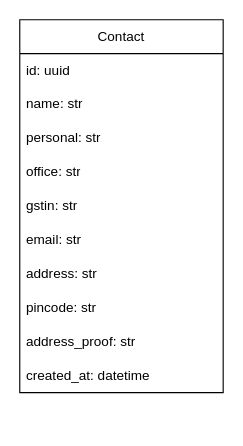
This is page "Contact" (3 of 4) of docs/IMS_MPT.drawio from Cherisher08/IMS_mpt_backend, a draw.io file, before an edit. Source tidied: cells renumbered, new cells numbered last; positions are measured from the earlier drawing's top-left corner, leaving out a move shared by most shapes. Both pictures are drawn from the tidied source at 113%, with x=0, y=0 at pixel (19, 19).
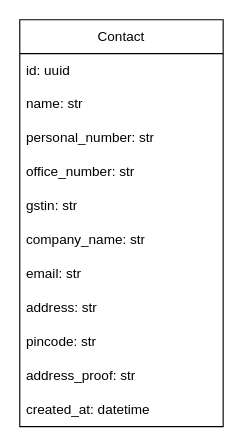
The same diagram, later.

What changed in the source:
```diff
@@
 <mxGraphModel>
   <root>
     <mxCell id="0" />
     <mxCell id="1" parent="0" />
     <mxCell id="2" value="Contact" style="swimlane;fontStyle=0;horizontal=1;startSize=30;whiteSpace=wrap;html=1;" parent="1" vertex="1">
-      <mxGeometry width="180" height="330" as="geometry" />
+      <mxGeometry width="180" height="360" as="geometry" />
     </mxCell>
     <mxCell id="3" value="id: uuid" style="text;strokeColor=none;fillColor=none;align=left;verticalAlign=middle;spacingLeft=4;spacingRight=4;overflow=hidden;whiteSpace=wrap;html=1;" parent="2" vertex="1">
       <mxGeometry y="30" width="180" height="30" as="geometry" />
     </mxCell>
     <mxCell id="4" value="name: str" style="text;strokeColor=none;fillColor=none;align=left;verticalAlign=middle;spacingLeft=4;spacingRight=4;overflow=hidden;whiteSpace=wrap;html=1;" parent="2" vertex="1">
       <mxGeometry y="60" width="180" height="30" as="geometry" />
     </mxCell>
-    <mxCell id="5" value="personal: str" style="text;strokeColor=none;fillColor=none;align=left;verticalAlign=middle;spacingLeft=4;spacingRight=4;overflow=hidden;whiteSpace=wrap;html=1;" parent="2" vertex="1">
+    <mxCell id="5" value="personal_number: str" style="text;strokeColor=none;fillColor=none;align=left;verticalAlign=middle;spacingLeft=4;spacingRight=4;overflow=hidden;whiteSpace=wrap;html=1;" parent="2" vertex="1">
       <mxGeometry y="90" width="180" height="30" as="geometry" />
     </mxCell>
-    <mxCell id="6" value="office: str" style="text;strokeColor=none;fillColor=none;align=left;verticalAlign=middle;spacingLeft=4;spacingRight=4;overflow=hidden;whiteSpace=wrap;html=1;" parent="2" vertex="1">
+    <mxCell id="6" value="office_number: str" style="text;strokeColor=none;fillColor=none;align=left;verticalAlign=middle;spacingLeft=4;spacingRight=4;overflow=hidden;whiteSpace=wrap;html=1;" parent="2" vertex="1">
       <mxGeometry y="120" width="180" height="30" as="geometry" />
     </mxCell>
     <mxCell id="7" value="gstin: str" style="text;strokeColor=none;fillColor=none;align=left;verticalAlign=middle;spacingLeft=4;spacingRight=4;overflow=hidden;whiteSpace=wrap;html=1;" parent="2" vertex="1">
       <mxGeometry y="150" width="180" height="30" as="geometry" />
     </mxCell>
+    <mxCell id="13" value="company_name: str" style="text;strokeColor=none;fillColor=none;align=left;verticalAlign=middle;spacingLeft=4;spacingRight=4;overflow=hidden;whiteSpace=wrap;html=1;" parent="2" vertex="1">
+      <mxGeometry y="180" width="180" height="30" as="geometry" />
+    </mxCell>
     <mxCell id="8" value="email: str" style="text;strokeColor=none;fillColor=none;align=left;verticalAlign=middle;spacingLeft=4;spacingRight=4;overflow=hidden;whiteSpace=wrap;html=1;" parent="2" vertex="1">
-      <mxGeometry y="180" width="180" height="30" as="geometry" />
+      <mxGeometry y="210" width="180" height="30" as="geometry" />
     </mxCell>
     <mxCell id="9" value="address: str" style="text;strokeColor=none;fillColor=none;align=left;verticalAlign=middle;spacingLeft=4;spacingRight=4;overflow=hidden;whiteSpace=wrap;html=1;" parent="2" vertex="1">
-      <mxGeometry y="210" width="180" height="30" as="geometry" />
+      <mxGeometry y="240" width="180" height="30" as="geometry" />
     </mxCell>
     <mxCell id="10" value="pincode: str" style="text;strokeColor=none;fillColor=none;align=left;verticalAlign=middle;spacingLeft=4;spacingRight=4;overflow=hidden;whiteSpace=wrap;html=1;" parent="2" vertex="1">
-      <mxGeometry y="240" width="180" height="30" as="geometry" />
+      <mxGeometry y="270" width="180" height="30" as="geometry" />
     </mxCell>
     <mxCell id="11" value="address_proof: str" style="text;strokeColor=none;fillColor=none;align=left;verticalAlign=middle;spacingLeft=4;spacingRight=4;overflow=hidden;whiteSpace=wrap;html=1;" parent="2" vertex="1">
-      <mxGeometry y="270" width="180" height="30" as="geometry" />
+      <mxGeometry y="300" width="180" height="30" as="geometry" />
     </mxCell>
     <mxCell id="12" value="created_at: datetime" style="text;strokeColor=none;fillColor=none;align=left;verticalAlign=middle;spacingLeft=4;spacingRight=4;overflow=hidden;whiteSpace=wrap;html=1;" parent="2" vertex="1">
-      <mxGeometry y="300" width="180" height="30" as="geometry" />
+      <mxGeometry y="330" width="180" height="30" as="geometry" />
     </mxCell>
   </root>
 </mxGraphModel>
```
